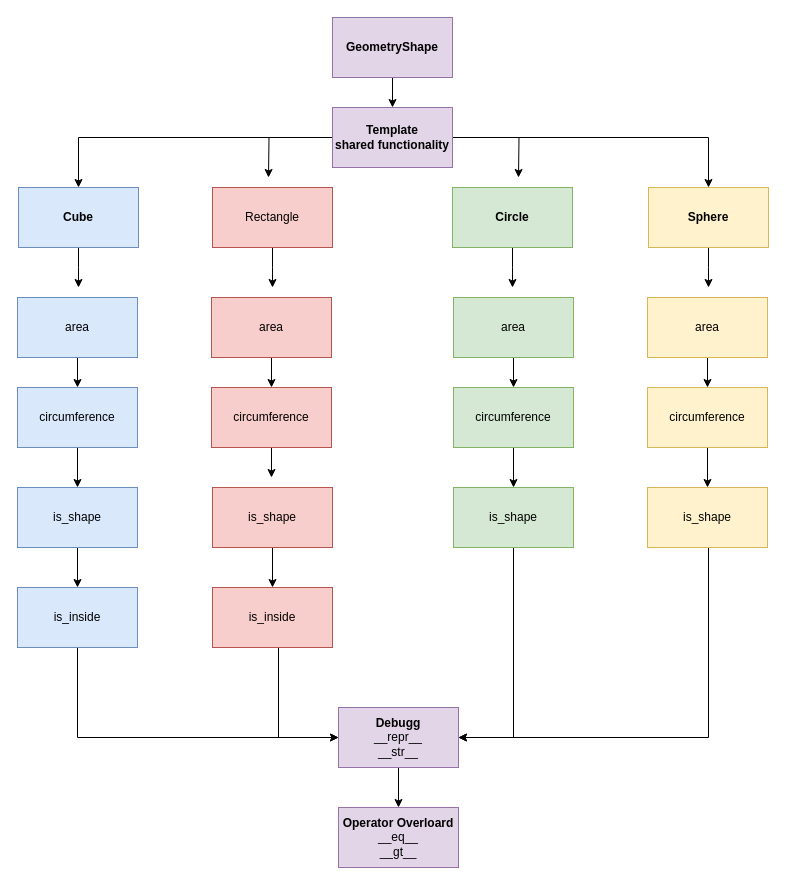
Above: Labs/Labb3-Geometry-OOP/OOP_Planning.drawio in Hannesssss/Python-Course-Hannes-Hedberg (draw.io), before the change. Source tidied: cells renumbered, new cells numbered last; positions are measured from the earlier drawing's top-left corner, leaving out a move shared by most shapes. Both pictures are drawn from the tidied source at 100%, with x=0, y=0 at pixel (17, 17).
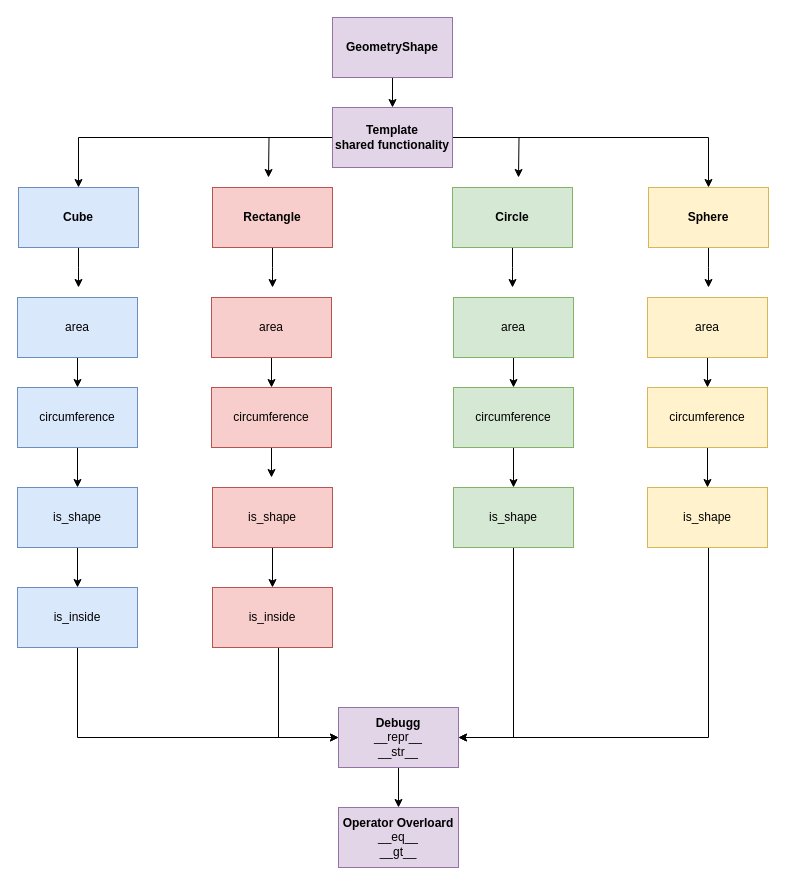
The same page after the edit.

The edit, as a diff of the source:
```diff
@@
-    <mxCell id="5" value="Rectangle" style="rounded=0;whiteSpace=wrap;html=1;fillColor=#f8cecc;strokeColor=#b85450;" parent="1" vertex="1">
+    <mxCell id="5" value="&lt;b&gt;Rectangle&lt;/b&gt;" style="rounded=0;whiteSpace=wrap;html=1;fillColor=#f8cecc;strokeColor=#b85450;" parent="1" vertex="1">
       <mxGeometry x="195" y="170" width="120" height="60" as="geometry" />
     </mxCell>
```
